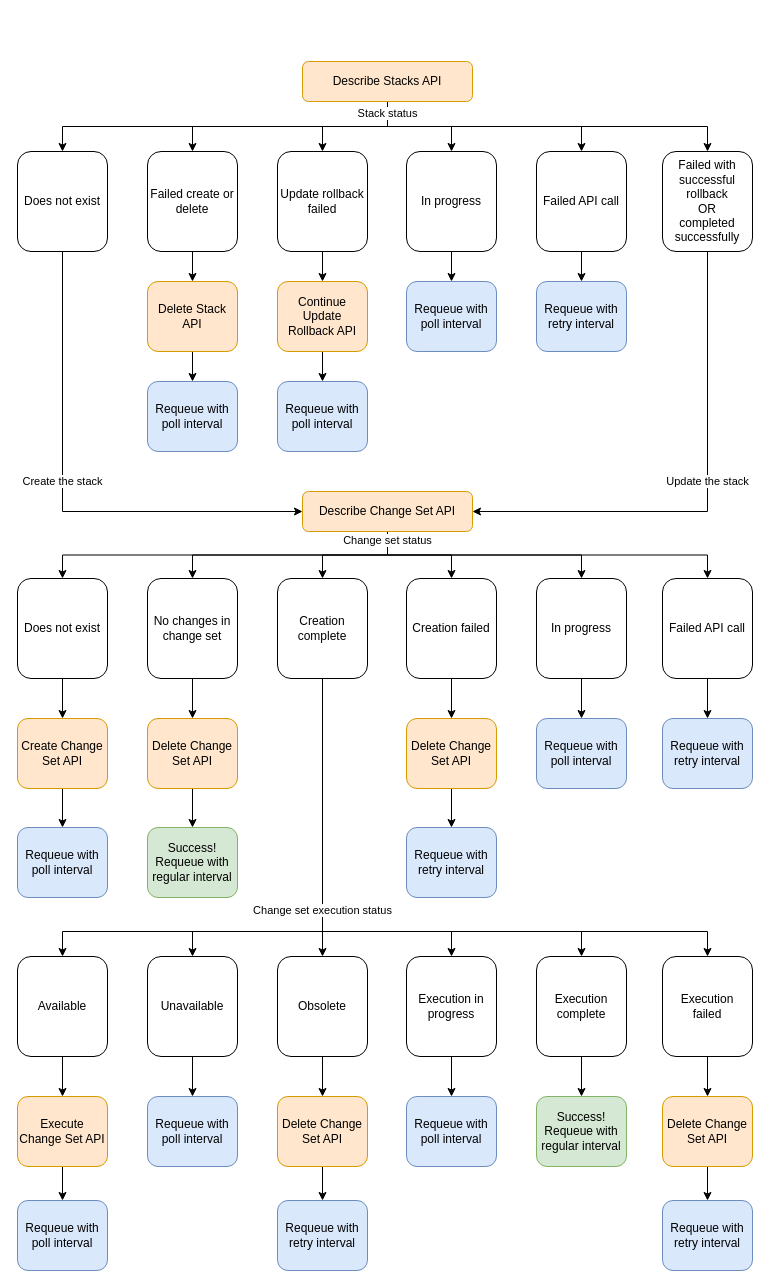
awslabs/aws-cloudformation-controller-for-flux keeps this draw.io diagram as page "Regular Loop" (1 of 2) of docs/diagrams/reconciliation-loop.drawio. Above is the earlier version. Source tidied: cells renumbered, new cells numbered last; positions are measured from the earlier drawing's top-left corner, leaving out a move shared by most shapes. Both pictures are drawn from the tidied source at 100%, with x=0, y=0 at pixel (17, 61).
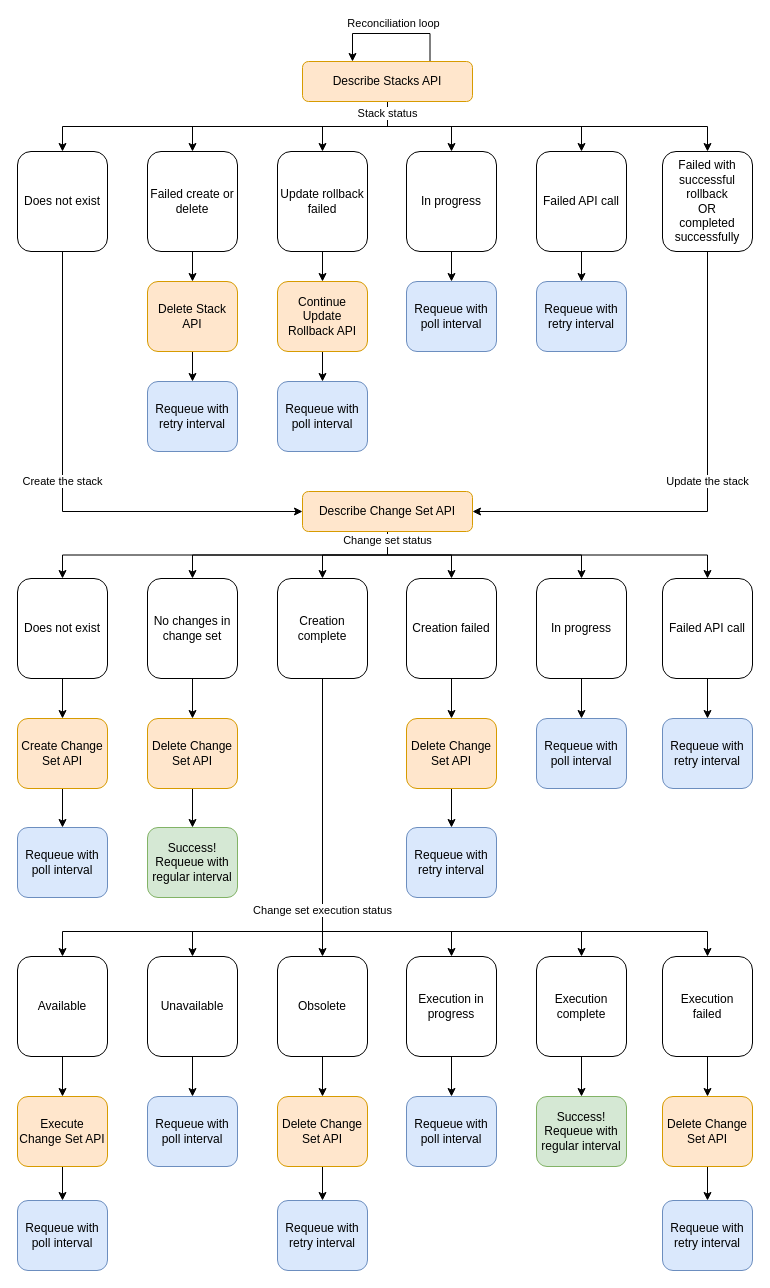
The same page after the edit.

Commit message (it also covers changes not shown here):
Update reconciliation loop diagrams

The change refers to these unchanged cells:
```xml
<mxCell id="8" value="Describe Stacks API" style="rounded=1;whiteSpace=wrap;html=1;fontSize=12;glass=0;strokeWidth=1;shadow=0;fillColor=#ffe6cc;strokeColor=#d79b00;" parent="1" vertex="1">
  <mxGeometry x="285" width="170" height="40" as="geometry" />
</mxCell>
```

The edit, as a diff of the source:
```diff
@@
+    <mxCell id="88" value="Reconciliation loop" style="edgeStyle=orthogonalEdgeStyle;rounded=0;orthogonalLoop=1;jettySize=auto;html=1;exitX=0.75;exitY=0;exitDx=0;exitDy=0;" parent="1" edge="1" source="8" target="8">
+      <mxGeometry x="-0.02" y="-10" relative="1" as="geometry">
+        <Array as="points">
+          <mxPoint x="413" y="-28" />
+          <mxPoint x="335" y="-28" />
+        </Array>
+      </mxGeometry>
+    </mxCell>
@@
-    <mxCell id="26" value="Requeue with poll interval" style="rounded=1;whiteSpace=wrap;html=1;fontSize=12;glass=0;strokeWidth=1;shadow=0;fillColor=#dae8fc;strokeColor=#6c8ebf;" parent="1" vertex="1">
+    <mxCell id="26" value="Requeue with retry interval" style="rounded=1;whiteSpace=wrap;html=1;fontSize=12;glass=0;strokeWidth=1;shadow=0;fillColor=#dae8fc;strokeColor=#6c8ebf;" parent="1" vertex="1">
       <mxGeometry x="130" y="320" width="90" height="70" as="geometry" />
     </mxCell>
```
